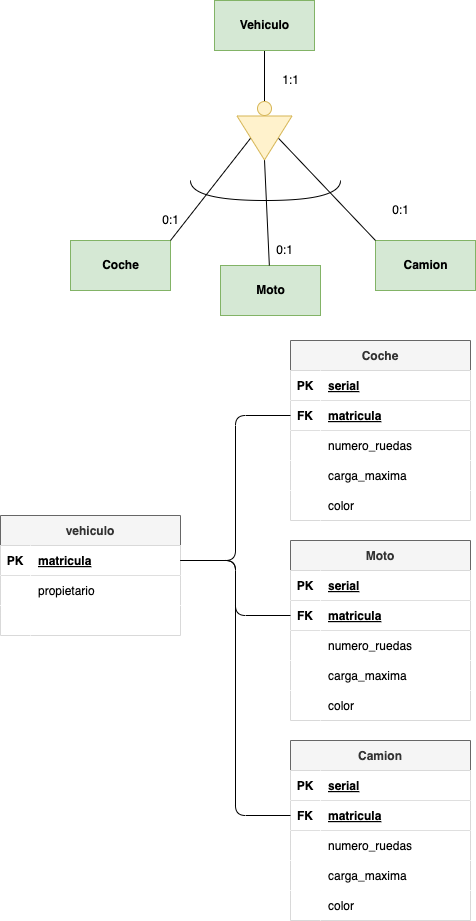
This is tareas/tarea-3/images/ejercicio18.drawio.png from deylansystem/actividadesBAE, a draw.io export, as it was before one commit. Source tidied: cells renumbered, new cells last; positions are measured from the earlier drawing's top-left corner, leaving out a move shared by most shapes.
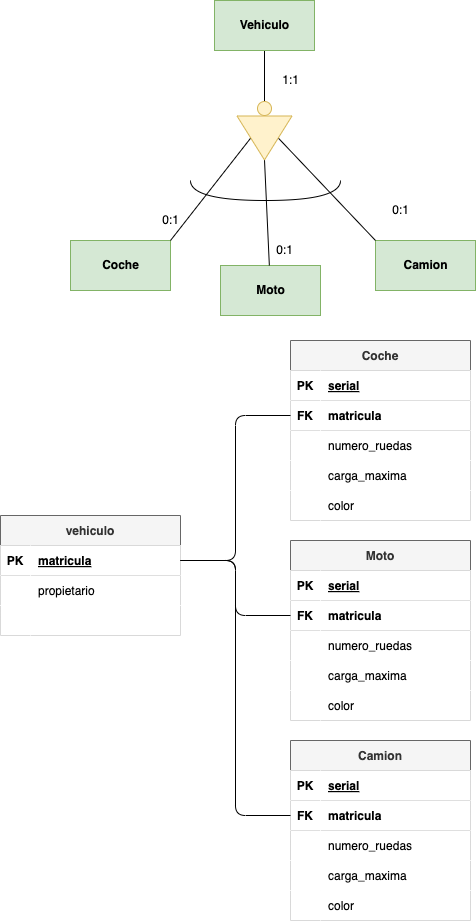
Later version of the same file.

Change to the diagram source:
```diff
@@ -105,7 +105,7 @@
     <mxCell id="33" value="FK" style="shape=partialRectangle;fillColor=#FFFFFF;top=0;left=0;bottom=0;right=0;fontStyle=1;overflow=hidden;fontColor=#000000;" parent="32" vertex="1">
       <mxGeometry width="30" height="30" as="geometry" />
     </mxCell>
-    <mxCell id="34" value="matricula" style="shape=partialRectangle;fillColor=#FFFFFF;top=0;left=0;bottom=0;right=0;align=left;spacingLeft=6;fontStyle=5;overflow=hidden;fontColor=#000000;" parent="32" vertex="1">
+    <mxCell id="34" value="matricula" style="shape=partialRectangle;fillColor=#FFFFFF;top=0;left=0;bottom=0;right=0;align=left;spacingLeft=6;fontStyle=1;overflow=hidden;fontColor=#000000;" parent="32" vertex="1">
       <mxGeometry x="30" width="150" height="30" as="geometry" />
     </mxCell>
     <mxCell id="35" style="shape=tableRow;horizontal=0;startSize=0;swimlaneHead=0;swimlaneBody=0;fillColor=#FFFFFF;top=0;left=0;right=0;bottom=0;fontColor=#000000;" parent="28" vertex="1">
@@ -156,7 +156,7 @@
     <mxCell id="50" value="FK" style="shape=partialRectangle;fillColor=#FFFFFF;top=0;left=0;bottom=0;right=0;fontStyle=1;overflow=hidden;fontColor=#000000;" parent="49" vertex="1">
       <mxGeometry width="30" height="30" as="geometry" />
     </mxCell>
-    <mxCell id="51" value="matricula" style="shape=partialRectangle;fillColor=#FFFFFF;top=0;left=0;bottom=0;right=0;align=left;spacingLeft=6;fontStyle=5;overflow=hidden;fontColor=#000000;" parent="49" vertex="1">
+    <mxCell id="51" value="matricula" style="shape=partialRectangle;fillColor=#FFFFFF;top=0;left=0;bottom=0;right=0;align=left;spacingLeft=6;fontStyle=1;overflow=hidden;fontColor=#000000;" parent="49" vertex="1">
       <mxGeometry x="30" width="150" height="30" as="geometry" />
     </mxCell>
     <mxCell id="52" style="shape=tableRow;horizontal=0;startSize=0;swimlaneHead=0;swimlaneBody=0;fillColor=#FFFFFF;top=0;left=0;right=0;bottom=0;fontColor=#000000;" parent="45" vertex="1">
@@ -207,7 +207,7 @@
     <mxCell id="67" value="FK" style="shape=partialRectangle;fillColor=#FFFFFF;top=0;left=0;bottom=0;right=0;fontStyle=1;overflow=hidden;fontColor=#000000;" parent="66" vertex="1">
       <mxGeometry width="30" height="30" as="geometry" />
     </mxCell>
-    <mxCell id="68" value="matricula" style="shape=partialRectangle;fillColor=#FFFFFF;top=0;left=0;bottom=0;right=0;align=left;spacingLeft=6;fontStyle=5;overflow=hidden;fontColor=#000000;" parent="66" vertex="1">
+    <mxCell id="68" value="matricula" style="shape=partialRectangle;fillColor=#FFFFFF;top=0;left=0;bottom=0;right=0;align=left;spacingLeft=6;fontStyle=1;overflow=hidden;fontColor=#000000;" parent="66" vertex="1">
       <mxGeometry x="30" width="150" height="30" as="geometry" />
     </mxCell>
     <mxCell id="69" style="shape=tableRow;horizontal=0;startSize=0;swimlaneHead=0;swimlaneBody=0;fillColor=#FFFFFF;top=0;left=0;right=0;bottom=0;fontColor=#000000;" parent="62" vertex="1">
```
